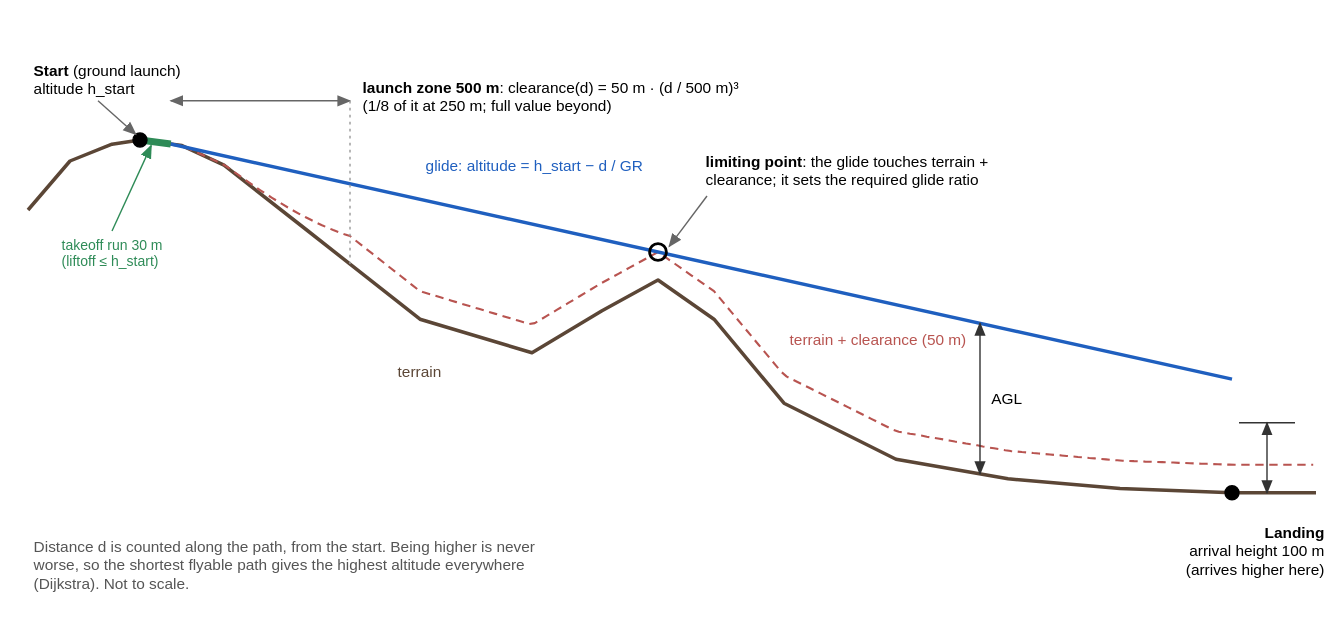
Before: docs/diagrams/glide-model.drawio.svg, a diagram exported from draw.io (michaelheiniger/hike-and-fly). Source tidied: cells renumbered, new cells last; positions are measured from the earlier drawing's top-left corner, leaving out a move shared by most shapes. The source it was exported from:
```xml
<mxGraphModel background="#ffffff">
  <root>
    <mxCell id="0" />
    <mxCell id="1" parent="0" />
    <mxCell id="2" style="html=1;rounded=0;strokeColor=#5b4636;strokeWidth=2.5;fontSize=11;labelBackgroundColor=#ffffff;fontColor=#333333;endArrow=none;startArrow=none;" parent="1" edge="1">
      <mxGeometry relative="1" as="geometry">
        <mxPoint y="110" as="sourcePoint" />
        <mxPoint x="920" y="312" as="targetPoint" />
        <Array as="points">
          <mxPoint x="30" y="75" />
          <mxPoint x="60" y="63" />
          <mxPoint x="80" y="60" />
          <mxPoint x="110" y="64" />
          <mxPoint x="140" y="78" />
          <mxPoint x="200" y="125" />
          <mxPoint x="280" y="188" />
          <mxPoint x="360" y="212" />
          <mxPoint x="410" y="182" />
          <mxPoint x="450" y="160" />
          <mxPoint x="490" y="188" />
          <mxPoint x="540" y="248" />
          <mxPoint x="620" y="288" />
          <mxPoint x="700" y="302" />
          <mxPoint x="780" y="309" />
          <mxPoint x="860" y="312" />
        </Array>
      </mxGeometry>
    </mxCell>
    <mxCell id="3" style="html=1;rounded=0;strokeColor=#b85450;strokeWidth=1.5;fontSize=11;labelBackgroundColor=#ffffff;fontColor=#333333;endArrow=none;startArrow=none;dashed=1;" parent="1" edge="1">
      <mxGeometry relative="1" as="geometry">
        <mxPoint x="102" y="62.9" as="sourcePoint" />
        <mxPoint x="918" y="292" as="targetPoint" />
        <Array as="points">
          <mxPoint x="106" y="63.5" />
          <mxPoint x="110" y="64" />
          <mxPoint x="114" y="65.9" />
          <mxPoint x="118" y="67.7" />
          <mxPoint x="122" y="69.5" />
          <mxPoint x="126" y="71.3" />
          <mxPoint x="130" y="73.1" />
          <mxPoint x="134" y="74.9" />
          <mxPoint x="138" y="76.6" />
          <mxPoint x="142" y="79" />
          <mxPoint x="146" y="81.9" />
          <mxPoint x="150" y="84.8" />
          <mxPoint x="154" y="87.6" />
          <mxPoint x="158" y="90.4" />
          <mxPoint x="162" y="93.2" />
          <mxPoint x="166" y="95.9" />
          <mxPoint x="170" y="98.5" />
          <mxPoint x="174" y="101.1" />
          <mxPoint x="178" y="103.6" />
          <mxPoint x="182" y="106" />
          <mxPoint x="186" y="108.4" />
          <mxPoint x="190" y="110.7" />
          <mxPoint x="194" y="112.9" />
          <mxPoint x="198" y="115" />
          <mxPoint x="202" y="117" />
          <mxPoint x="206" y="119" />
          <mxPoint x="210" y="120.9" />
          <mxPoint x="214" y="122.6" />
          <mxPoint x="218" y="124.3" />
          <mxPoint x="222" y="125.8" />
          <mxPoint x="226" y="127.3" />
          <mxPoint x="230" y="128.6" />
          <mxPoint x="234" y="131.8" />
          <mxPoint x="238" y="134.9" />
          <mxPoint x="242" y="138.1" />
          <mxPoint x="246" y="141.2" />
          <mxPoint x="250" y="144.4" />
          <mxPoint x="254" y="147.5" />
          <mxPoint x="258" y="150.7" />
          <mxPoint x="262" y="153.8" />
          <mxPoint x="266" y="157" />
          <mxPoint x="270" y="160.1" />
          <mxPoint x="274" y="163.3" />
          <mxPoint x="278" y="166.4" />
          <mxPoint x="282" y="168.6" />
          <mxPoint x="286" y="169.8" />
          <mxPoint x="290" y="171" />
          <mxPoint x="294" y="172.2" />
          <mxPoint x="298" y="173.4" />
          <mxPoint x="302" y="174.6" />
          <mxPoint x="306" y="175.8" />
          <mxPoint x="310" y="177" />
          <mxPoint x="314" y="178.2" />
          <mxPoint x="318" y="179.4" />
          <mxPoint x="322" y="180.6" />
          <mxPoint x="326" y="181.8" />
          <mxPoint x="330" y="183" />
          <mxPoint x="334" y="184.2" />
          <mxPoint x="338" y="185.4" />
          <mxPoint x="342" y="186.6" />
          <mxPoint x="346" y="187.8" />
          <mxPoint x="350" y="189" />
          <mxPoint x="354" y="190.2" />
          <mxPoint x="358" y="191.4" />
          <mxPoint x="362" y="190.8" />
          <mxPoint x="366" y="188.4" />
          <mxPoint x="370" y="186" />
          <mxPoint x="374" y="183.6" />
          <mxPoint x="378" y="181.2" />
          <mxPoint x="382" y="178.8" />
          <mxPoint x="386" y="176.4" />
          <mxPoint x="390" y="174" />
          <mxPoint x="394" y="171.6" />
          <mxPoint x="398" y="169.2" />
          <mxPoint x="402" y="166.8" />
          <mxPoint x="406" y="164.4" />
          <mxPoint x="410" y="162" />
          <mxPoint x="414" y="159.8" />
          <mxPoint x="418" y="157.6" />
          <mxPoint x="422" y="155.4" />
          <mxPoint x="426" y="153.2" />
          <mxPoint x="430" y="151" />
          <mxPoint x="434" y="148.8" />
          <mxPoint x="438" y="146.6" />
          <mxPoint x="442" y="144.4" />
          <mxPoint x="446" y="142.2" />
          <mxPoint x="450" y="140" />
          <mxPoint x="454" y="142.8" />
          <mxPoint x="458" y="145.6" />
          <mxPoint x="462" y="148.4" />
          <mxPoint x="466" y="151.2" />
          <mxPoint x="470" y="154" />
          <mxPoint x="474" y="156.8" />
          <mxPoint x="478" y="159.6" />
          <mxPoint x="482" y="162.4" />
          <mxPoint x="486" y="165.2" />
          <mxPoint x="490" y="168" />
          <mxPoint x="494" y="172.8" />
          <mxPoint x="498" y="177.6" />
          <mxPoint x="502" y="182.4" />
          <mxPoint x="506" y="187.2" />
          <mxPoint x="510" y="192" />
          <mxPoint x="514" y="196.8" />
          <mxPoint x="518" y="201.6" />
          <mxPoint x="522" y="206.4" />
          <mxPoint x="526" y="211.2" />
          <mxPoint x="530" y="216" />
          <mxPoint x="534" y="220.8" />
          <mxPoint x="538" y="225.6" />
          <mxPoint x="542" y="229" />
          <mxPoint x="546" y="231" />
          <mxPoint x="550" y="233" />
          <mxPoint x="554" y="235" />
          <mxPoint x="558" y="237" />
          <mxPoint x="562" y="239" />
          <mxPoint x="566" y="241" />
          <mxPoint x="570" y="243" />
          <mxPoint x="574" y="245" />
          <mxPoint x="578" y="247" />
          <mxPoint x="582" y="249" />
          <mxPoint x="586" y="251" />
          <mxPoint x="590" y="253" />
          <mxPoint x="594" y="255" />
          <mxPoint x="598" y="257" />
          <mxPoint x="602" y="259" />
          <mxPoint x="606" y="261" />
          <mxPoint x="610" y="263" />
          <mxPoint x="614" y="265" />
          <mxPoint x="618" y="267" />
          <mxPoint x="622" y="268.4" />
          <mxPoint x="626" y="269.1" />
          <mxPoint x="630" y="269.8" />
          <mxPoint x="634" y="270.4" />
          <mxPoint x="638" y="271.1" />
          <mxPoint x="642" y="271.9" />
          <mxPoint x="646" y="272.6" />
          <mxPoint x="650" y="273.2" />
          <mxPoint x="654" y="273.9" />
          <mxPoint x="658" y="274.6" />
          <mxPoint x="662" y="275.4" />
          <mxPoint x="666" y="276.1" />
          <mxPoint x="670" y="276.8" />
          <mxPoint x="674" y="277.4" />
          <mxPoint x="678" y="278.1" />
          <mxPoint x="682" y="278.9" />
          <mxPoint x="686" y="279.6" />
          <mxPoint x="690" y="280.2" />
          <mxPoint x="694" y="280.9" />
          <mxPoint x="698" y="281.6" />
          <mxPoint x="702" y="282.2" />
          <mxPoint x="706" y="282.5" />
          <mxPoint x="710" y="282.9" />
          <mxPoint x="714" y="283.2" />
          <mxPoint x="718" y="283.6" />
          <mxPoint x="722" y="283.9" />
          <mxPoint x="726" y="284.3" />
          <mxPoint x="730" y="284.6" />
          <mxPoint x="734" y="285" />
          <mxPoint x="738" y="285.3" />
          <mxPoint x="742" y="285.7" />
          <mxPoint x="746" y="286" />
          <mxPoint x="750" y="286.4" />
          <mxPoint x="754" y="286.7" />
          <mxPoint x="758" y="287.1" />
          <mxPoint x="762" y="287.4" />
          <mxPoint x="766" y="287.8" />
          <mxPoint x="770" y="288.1" />
          <mxPoint x="774" y="288.5" />
          <mxPoint x="778" y="288.8" />
          <mxPoint x="782" y="289.1" />
          <mxPoint x="786" y="289.2" />
          <mxPoint x="790" y="289.4" />
          <mxPoint x="794" y="289.5" />
          <mxPoint x="798" y="289.7" />
          <mxPoint x="802" y="289.8" />
          <mxPoint x="806" y="290" />
          <mxPoint x="810" y="290.1" />
          <mxPoint x="814" y="290.3" />
          <mxPoint x="818" y="290.4" />
          <mxPoint x="822" y="290.6" />
          <mxPoint x="826" y="290.7" />
          <mxPoint x="830" y="290.9" />
          <mxPoint x="834" y="291" />
          <mxPoint x="838" y="291.2" />
          <mxPoint x="842" y="291.3" />
          <mxPoint x="846" y="291.5" />
          <mxPoint x="850" y="291.6" />
          <mxPoint x="854" y="291.8" />
          <mxPoint x="858" y="291.9" />
          <mxPoint x="862" y="292" />
          <mxPoint x="866" y="292" />
          <mxPoint x="870" y="292" />
          <mxPoint x="874" y="292" />
          <mxPoint x="878" y="292" />
          <mxPoint x="882" y="292" />
          <mxPoint x="886" y="292" />
          <mxPoint x="890" y="292" />
          <mxPoint x="894" y="292" />
          <mxPoint x="898" y="292" />
          <mxPoint x="902" y="292" />
          <mxPoint x="906" y="292" />
          <mxPoint x="910" y="292" />
          <mxPoint x="914" y="292" />
        </Array>
      </mxGeometry>
    </mxCell>
    <mxCell id="4" style="html=1;rounded=0;strokeColor=#2e8b57;strokeWidth=5;fontSize=11;labelBackgroundColor=#ffffff;fontColor=#333333;endArrow=none;startArrow=none;" parent="1" edge="1">
      <mxGeometry relative="1" as="geometry">
        <mxPoint x="80" y="60" as="sourcePoint" />
        <mxPoint x="102" y="62.9" as="targetPoint" />
      </mxGeometry>
    </mxCell>
    <mxCell id="5" style="html=1;rounded=0;strokeColor=#1f5fbf;strokeWidth=2.5;fontSize=11;labelBackgroundColor=#ffffff;fontColor=#333333;endArrow=none;startArrow=none;" parent="1" edge="1">
      <mxGeometry relative="1" as="geometry">
        <mxPoint x="102" y="62.9" as="sourcePoint" />
        <mxPoint x="860" y="230.8" as="targetPoint" />
      </mxGeometry>
    </mxCell>
    <mxCell id="6" style="ellipse;rounded=1;arcSize=12;whiteSpace=wrap;html=1;fillColor=#000000;strokeColor=#000000;fontSize=12;align=center;verticalAlign=middle;spacing=4;strokeWidth=1;fontColor=#000000;" parent="1" vertex="1">
      <mxGeometry x="75" y="55" width="10" height="10" as="geometry" />
    </mxCell>
    <mxCell id="7" value="&lt;b&gt;Start&lt;/b&gt; (ground launch)&lt;br&gt;altitude h_start" style="text;rounded=0;arcSize=12;whiteSpace=wrap;html=1;fillColor=none;strokeColor=none;fontSize=11;align=left;verticalAlign=top;spacing=4;strokeWidth=1;fontColor=#000000;" parent="1" vertex="1">
      <mxGeometry width="220" height="34" as="geometry" />
    </mxCell>
    <mxCell id="8" style="html=1;rounded=0;strokeColor=#666;strokeWidth=1;fontSize=11;labelBackgroundColor=#ffffff;fontColor=#333333;endArrow=block;endFill=1;startArrow=none;" parent="1" edge="1">
      <mxGeometry relative="1" as="geometry">
        <mxPoint x="50" y="32" as="sourcePoint" />
        <mxPoint x="77" y="56" as="targetPoint" />
      </mxGeometry>
    </mxCell>
    <mxCell id="9" value="takeoff run 30 m&lt;br&gt;(liftoff ≤ h_start)" style="text;rounded=0;arcSize=12;whiteSpace=wrap;html=1;fillColor=none;strokeColor=none;fontSize=10;align=left;verticalAlign=top;spacing=4;strokeWidth=1;fontColor=#2e8b57;" parent="1" vertex="1">
      <mxGeometry x="20" y="125" width="130" height="34" as="geometry" />
    </mxCell>
    <mxCell id="10" style="html=1;rounded=0;strokeColor=#2e8b57;strokeWidth=1;fontSize=11;labelBackgroundColor=#ffffff;fontColor=#333333;endArrow=block;endFill=1;startArrow=none;" parent="1" edge="1">
      <mxGeometry relative="1" as="geometry">
        <mxPoint x="60" y="125" as="sourcePoint" />
        <mxPoint x="88" y="64" as="targetPoint" />
      </mxGeometry>
    </mxCell>
    <mxCell id="11" style="html=1;rounded=0;strokeColor=#666666;strokeWidth=1;fontSize=11;labelBackgroundColor=#ffffff;fontColor=#333333;endArrow=block;endFill=1;startArrow=block;startFill=1;" parent="1" edge="1">
      <mxGeometry relative="1" as="geometry">
        <mxPoint x="102" y="32" as="sourcePoint" />
        <mxPoint x="230" y="32" as="targetPoint" />
      </mxGeometry>
    </mxCell>
    <mxCell id="12" value="&lt;b&gt;launch zone 500 m&lt;/b&gt;: clearance(d) = 50 m · (d / 500 m)³&lt;br&gt;(1/8 of it at 250 m; full value beyond)" style="text;rounded=0;arcSize=12;whiteSpace=wrap;html=1;fillColor=none;strokeColor=none;fontSize=11;align=left;verticalAlign=top;spacing=4;strokeWidth=1;fontColor=#000000;" parent="1" vertex="1">
      <mxGeometry x="235" y="12" width="330" height="40" as="geometry" />
    </mxCell>
    <mxCell id="13" style="html=1;rounded=0;strokeColor=#999999;strokeWidth=1;fontSize=11;labelBackgroundColor=#ffffff;fontColor=#333333;endArrow=none;startArrow=none;dashed=1;dashPattern=2 3;" parent="1" edge="1">
      <mxGeometry relative="1" as="geometry">
        <mxPoint x="230" y="32" as="sourcePoint" />
        <mxPoint x="230" y="148.6" as="targetPoint" />
      </mxGeometry>
    </mxCell>
    <mxCell id="14" style="ellipse;rounded=1;arcSize=12;whiteSpace=wrap;html=1;fillColor=none;strokeColor=#000000;fontSize=12;align=center;verticalAlign=middle;spacing=4;strokeWidth=2;fontColor=#000000;" parent="1" vertex="1">
      <mxGeometry x="444" y="134" width="12" height="12" as="geometry" />
    </mxCell>
    <mxCell id="15" value="&lt;b&gt;limiting point&lt;/b&gt;: the glide touches terrain +&lt;br&gt;clearance; it sets the required glide ratio" style="text;rounded=0;arcSize=12;whiteSpace=wrap;html=1;fillColor=none;strokeColor=none;fontSize=11;align=left;verticalAlign=top;spacing=4;strokeWidth=1;fontColor=#000000;" parent="1" vertex="1">
      <mxGeometry x="480" y="65" width="300" height="50" as="geometry" />
    </mxCell>
    <mxCell id="16" style="html=1;rounded=0;strokeColor=#666;strokeWidth=1;fontSize=11;labelBackgroundColor=#ffffff;fontColor=#333333;endArrow=block;endFill=1;startArrow=none;" parent="1" edge="1">
      <mxGeometry relative="1" as="geometry">
        <mxPoint x="485" y="100" as="sourcePoint" />
        <mxPoint x="458" y="136" as="targetPoint" />
      </mxGeometry>
    </mxCell>
    <mxCell id="17" value="glide: altitude = h_start − d / GR" style="text;rounded=0;arcSize=12;whiteSpace=wrap;html=1;fillColor=none;strokeColor=none;fontSize=11;align=left;verticalAlign=top;spacing=4;strokeWidth=1;fontColor=#1f5fbf;" parent="1" vertex="1">
      <mxGeometry x="280" y="68" width="240" height="20" as="geometry" />
    </mxCell>
    <mxCell id="18" value="terrain + clearance (50 m)" style="text;rounded=0;arcSize=12;whiteSpace=wrap;html=1;fillColor=none;strokeColor=none;fontSize=11;align=left;verticalAlign=top;spacing=4;strokeWidth=1;fontColor=#b85450;" parent="1" vertex="1">
      <mxGeometry x="540" y="192" width="200" height="20" as="geometry" />
    </mxCell>
    <mxCell id="19" value="terrain" style="text;rounded=0;arcSize=12;whiteSpace=wrap;html=1;fillColor=none;strokeColor=none;fontSize=11;align=left;verticalAlign=top;spacing=4;strokeWidth=1;fontColor=#5b4636;" parent="1" vertex="1">
      <mxGeometry x="260" y="215" width="120" height="20" as="geometry" />
    </mxCell>
    <mxCell id="20" style="html=1;rounded=0;strokeColor=#333333;strokeWidth=1;fontSize=11;labelBackgroundColor=#ffffff;fontColor=#333333;endArrow=block;endFill=1;startArrow=block;startFill=1;" parent="1" edge="1">
      <mxGeometry relative="1" as="geometry">
        <mxPoint x="680" y="190.9" as="sourcePoint" />
        <mxPoint x="680" y="298.5" as="targetPoint" />
      </mxGeometry>
    </mxCell>
    <mxCell id="21" value="AGL" style="text;rounded=0;arcSize=12;whiteSpace=wrap;html=1;fillColor=none;strokeColor=none;fontSize=11;align=left;verticalAlign=top;spacing=4;strokeWidth=1;fontColor=#000000;" parent="1" vertex="1">
      <mxGeometry x="684" y="234.7" width="120" height="20" as="geometry" />
    </mxCell>
    <mxCell id="22" style="ellipse;rounded=1;arcSize=12;whiteSpace=wrap;html=1;fillColor=#000000;strokeColor=#000000;fontSize=12;align=center;verticalAlign=middle;spacing=4;strokeWidth=1;fontColor=#000000;" parent="1" vertex="1">
      <mxGeometry x="855" y="307" width="10" height="10" as="geometry" />
    </mxCell>
    <mxCell id="23" style="html=1;rounded=0;strokeColor=#333333;strokeWidth=1;fontSize=11;labelBackgroundColor=#ffffff;fontColor=#333333;endArrow=block;endFill=1;startArrow=block;startFill=1;" parent="1" edge="1">
      <mxGeometry relative="1" as="geometry">
        <mxPoint x="885" y="312" as="sourcePoint" />
        <mxPoint x="885" y="262" as="targetPoint" />
      </mxGeometry>
    </mxCell>
    <mxCell id="24" style="html=1;rounded=0;strokeColor=#333333;strokeWidth=1;fontSize=11;labelBackgroundColor=#ffffff;fontColor=#333333;endArrow=none;startArrow=none;" parent="1" edge="1">
      <mxGeometry relative="1" as="geometry">
        <mxPoint x="865" y="262" as="sourcePoint" />
        <mxPoint x="905" y="262" as="targetPoint" />
      </mxGeometry>
    </mxCell>
    <mxCell id="25" value="&lt;b&gt;Landing&lt;/b&gt;&lt;br&gt;arrival height 100 m&lt;br&gt;(arrives higher here)" style="text;rounded=0;arcSize=12;whiteSpace=wrap;html=1;fillColor=none;strokeColor=none;fontSize=11;align=right;verticalAlign=top;spacing=4;strokeWidth=1;fontColor=#000000;" parent="1" vertex="1">
      <mxGeometry x="780" y="330" width="150" height="50" as="geometry" />
    </mxCell>
    <mxCell id="26" value="Distance d is counted along the path, from the start. Being higher is never&lt;br&gt;worse, so the shortest flyable path gives the highest altitude everywhere&lt;br&gt;(Dijkstra). Not to scale." style="text;rounded=0;arcSize=12;whiteSpace=wrap;html=1;fillColor=none;strokeColor=none;fontSize=11;align=left;verticalAlign=top;spacing=4;strokeWidth=1;fontColor=#555555;" parent="1" vertex="1">
      <mxGeometry y="340" width="520" height="60" as="geometry" />
    </mxCell>
  </root>
</mxGraphModel>
```
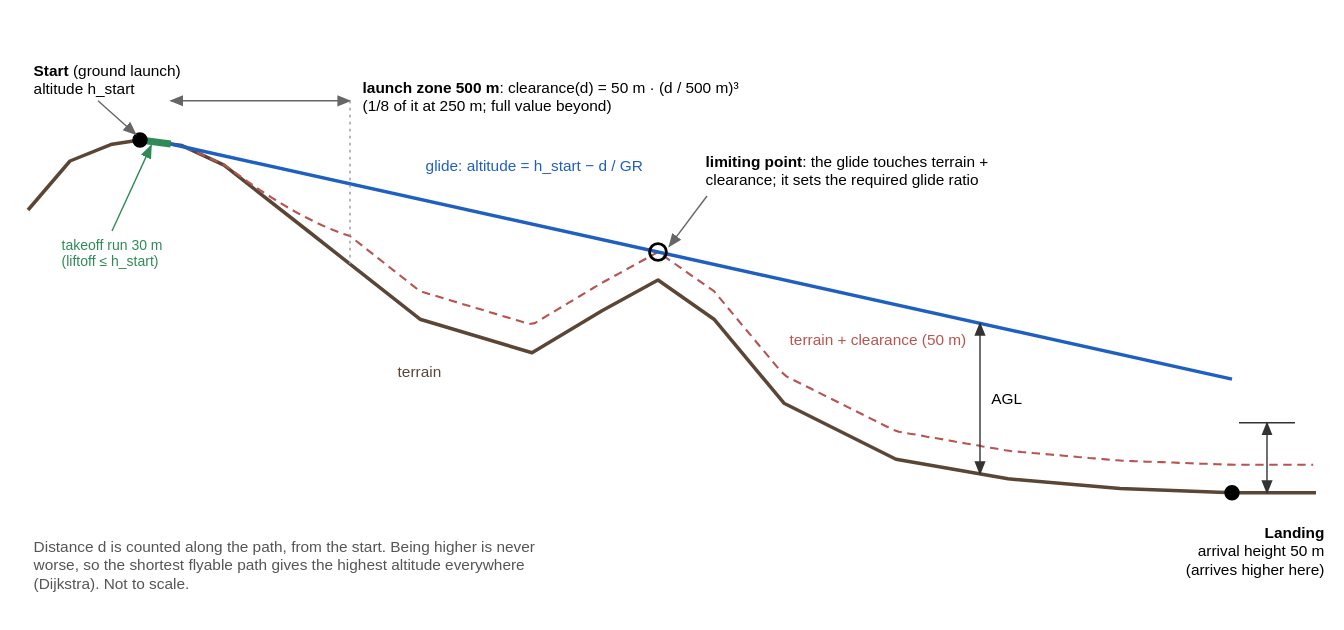
Above is the later version.

Commit message:
Lower the default arrival height from 100 m to 50 m

Diff of the diagram source:
```diff
@@ -330,7 +330,7 @@
         <mxPoint x="905" y="262" as="targetPoint" />
       </mxGeometry>
     </mxCell>
-    <mxCell id="25" value="&lt;b&gt;Landing&lt;/b&gt;&lt;br&gt;arrival height 100 m&lt;br&gt;(arrives higher here)" style="text;rounded=0;arcSize=12;whiteSpace=wrap;html=1;fillColor=none;strokeColor=none;fontSize=11;align=right;verticalAlign=top;spacing=4;strokeWidth=1;fontColor=#000000;" parent="1" vertex="1">
+    <mxCell id="25" value="&lt;b&gt;Landing&lt;/b&gt;&lt;br&gt;arrival height 50 m&lt;br&gt;(arrives higher here)" style="text;rounded=0;arcSize=12;whiteSpace=wrap;html=1;fillColor=none;strokeColor=none;fontSize=11;align=right;verticalAlign=top;spacing=4;strokeWidth=1;fontColor=#000000;" parent="1" vertex="1">
       <mxGeometry x="780" y="330" width="150" height="50" as="geometry" />
     </mxCell>
     <mxCell id="26" value="Distance d is counted along the path, from the start. Being higher is never&lt;br&gt;worse, so the shortest flyable path gives the highest altitude everywhere&lt;br&gt;(Dijkstra). Not to scale." style="text;rounded=0;arcSize=12;whiteSpace=wrap;html=1;fillColor=none;strokeColor=none;fontSize=11;align=left;verticalAlign=top;spacing=4;strokeWidth=1;fontColor=#555555;" parent="1" vertex="1">
```
